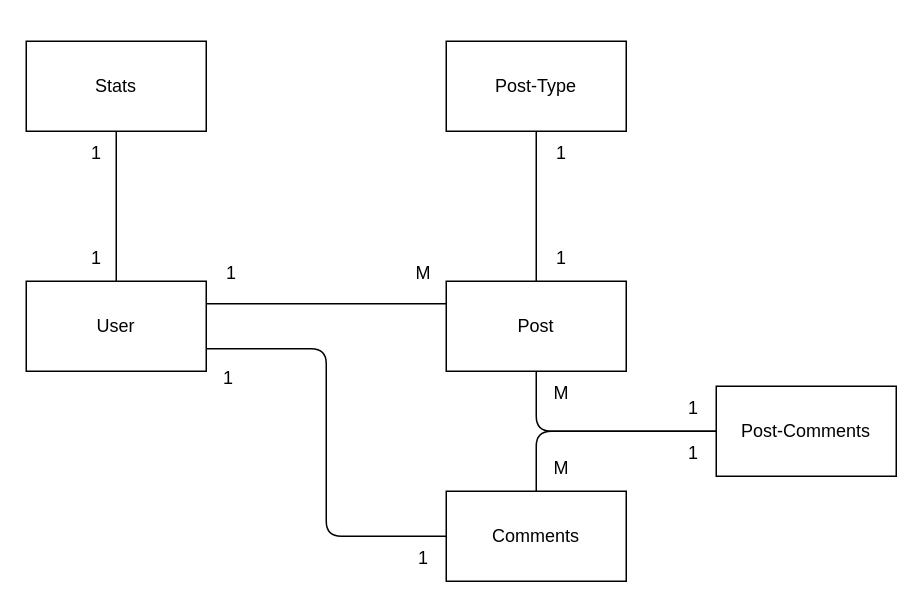
Earlier version of the draw.io diagram .doc/database/design.drawio (AndresMpa/writing-lab). Source tidied: cells renumbered, new cells numbered last; positions are measured from the earlier drawing's top-left corner, leaving out a move shared by most shapes. Both pictures are drawn from the tidied source at 150%, with x=0, y=0 at pixel (26, 40).
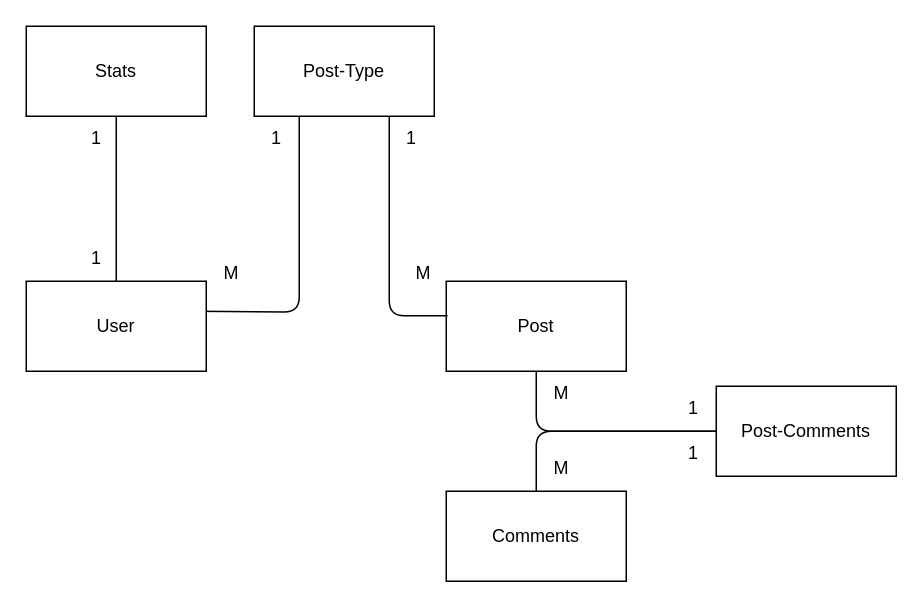
The same page after the edit.

The change refers to these unchanged cells:
```xml
<mxCell id="5" value="User" style="rounded=0;whiteSpace=wrap;html=1;" parent="1" vertex="1">
  <mxGeometry y="160" width="120" height="60" as="geometry" />
</mxCell>
<mxCell id="6" value="Post" style="rounded=0;whiteSpace=wrap;html=1;" parent="1" vertex="1">
  <mxGeometry x="280" y="160" width="120" height="60" as="geometry" />
</mxCell>
<mxCell id="13" value="Comments" style="rounded=0;whiteSpace=wrap;html=1;" parent="1" vertex="1">
  <mxGeometry x="280" y="300" width="120" height="60" as="geometry" />
</mxCell>
```

What changed in the source:
```diff
@@
-    <mxCell id="2" style="edgeStyle=orthogonalEdgeStyle;html=1;entryX=0;entryY=0.25;entryDx=0;entryDy=0;strokeColor=default;endArrow=none;endFill=0;exitX=1;exitY=0.25;exitDx=0;exitDy=0;" parent="1" edge="1" source="5" target="6">
-      <mxGeometry relative="1" as="geometry" />
-    </mxCell>
@@
-    <mxCell id="4" style="edgeStyle=orthogonalEdgeStyle;html=1;entryX=0;entryY=0.5;entryDx=0;entryDy=0;strokeColor=default;endArrow=none;endFill=0;exitX=1;exitY=0.75;exitDx=0;exitDy=0;" parent="1" edge="1" source="5" target="13">
-      <mxGeometry relative="1" as="geometry" />
-    </mxCell>
+    <mxCell id="26" style="edgeStyle=orthogonalEdgeStyle;html=1;entryX=0.25;entryY=1;entryDx=0;entryDy=0;endArrow=none;endFill=0;" parent="1" edge="1" target="9">
+      <mxGeometry relative="1" as="geometry">
+        <mxPoint x="112" y="180" as="sourcePoint" />
+      </mxGeometry>
+    </mxCell>
@@
     <mxCell id="7" value="Stats" style="rounded=0;whiteSpace=wrap;html=1;" parent="1" vertex="1">
-      <mxGeometry width="120" height="60" as="geometry" />
+      <mxGeometry y="-10" width="120" height="60" as="geometry" />
     </mxCell>
-    <mxCell id="8" style="edgeStyle=orthogonalEdgeStyle;html=1;entryX=0.5;entryY=0;entryDx=0;entryDy=0;exitX=0.5;exitY=1;exitDx=0;exitDy=0;strokeColor=default;endArrow=none;endFill=0;" parent="1" edge="1" source="9" target="6">
+    <mxCell id="8" style="edgeStyle=orthogonalEdgeStyle;html=1;entryX=0.008;entryY=0.383;entryDx=0;entryDy=0;exitX=0.75;exitY=1;exitDx=0;exitDy=0;strokeColor=default;endArrow=none;endFill=0;entryPerimeter=0;" parent="1" edge="1" source="9" target="6">
       <mxGeometry relative="1" as="geometry" />
     </mxCell>
     <mxCell id="9" value="Post-Type" style="rounded=0;whiteSpace=wrap;html=1;" parent="1" vertex="1">
-      <mxGeometry x="280" width="120" height="60" as="geometry" />
+      <mxGeometry x="152" y="-10" width="120" height="60" as="geometry" />
     </mxCell>
@@
     <mxCell id="14" value="1" style="text;html=1;strokeColor=none;fillColor=none;align=center;verticalAlign=middle;whiteSpace=wrap;rounded=0;" parent="1" vertex="1">
-      <mxGeometry x="122" y="140" width="30" height="30" as="geometry" />
+      <mxGeometry x="152" y="50" width="30" height="30" as="geometry" />
     </mxCell>
@@
     <mxCell id="17" value="1" style="text;html=1;strokeColor=none;fillColor=none;align=center;verticalAlign=middle;whiteSpace=wrap;rounded=0;" parent="1" vertex="1">
-      <mxGeometry x="32" y="60" width="30" height="30" as="geometry" />
+      <mxGeometry x="32" y="50" width="30" height="30" as="geometry" />
     </mxCell>
@@
     <mxCell id="20" value="1" style="text;html=1;strokeColor=none;fillColor=none;align=center;verticalAlign=middle;whiteSpace=wrap;rounded=0;" parent="1" vertex="1">
-      <mxGeometry x="342" y="60" width="30" height="30" as="geometry" />
+      <mxGeometry x="242" y="50" width="30" height="30" as="geometry" />
     </mxCell>
-    <mxCell id="21" value="1" style="text;html=1;strokeColor=none;fillColor=none;align=center;verticalAlign=middle;whiteSpace=wrap;rounded=0;" parent="1" vertex="1">
-      <mxGeometry x="342" y="130" width="30" height="30" as="geometry" />
+    <mxCell id="21" value="M" style="text;html=1;strokeColor=none;fillColor=none;align=center;verticalAlign=middle;whiteSpace=wrap;rounded=0;" parent="1" vertex="1">
+      <mxGeometry x="122" y="140" width="30" height="30" as="geometry" />
     </mxCell>
@@
-    <mxCell id="24" value="1" style="text;html=1;strokeColor=none;fillColor=none;align=center;verticalAlign=middle;whiteSpace=wrap;rounded=0;" parent="1" vertex="1">
-      <mxGeometry x="120" y="210" width="30" height="30" as="geometry" />
-    </mxCell>
-    <mxCell id="25" value="1" style="text;html=1;strokeColor=none;fillColor=none;align=center;verticalAlign=middle;whiteSpace=wrap;rounded=0;" parent="1" vertex="1">
-      <mxGeometry x="250" y="330" width="30" height="30" as="geometry" />
-    </mxCell>
```
